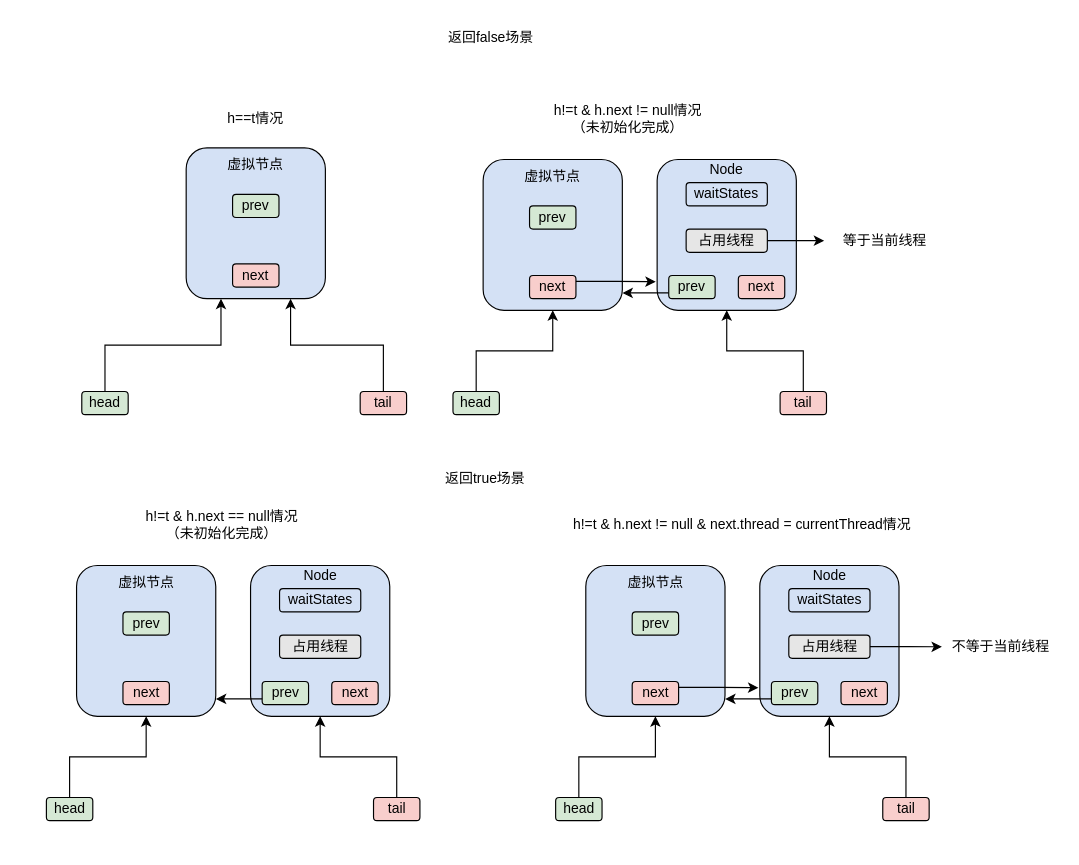
The draw.io diagram page "第 2 页" (2 of 4) of 卖场/reentrantlock.drawio in lxcy-kdz/draw, before the edit. Source tidied: cells renumbered, new cells numbered last; positions are measured from the earlier drawing's top-left corner, leaving out a move shared by most shapes. Both pictures are drawn from the tidied source at 116%, with x=0, y=0 at pixel (46, 20).
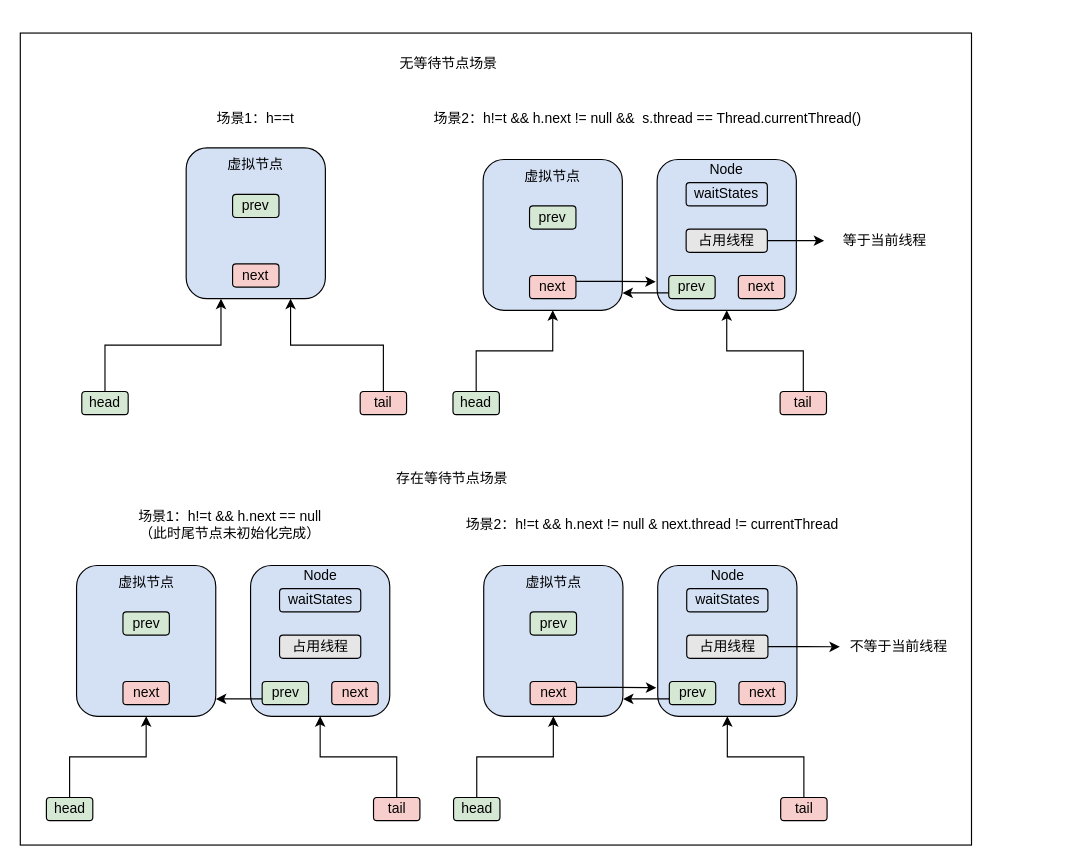
Above is the later version.

Diff of the diagram source:
```diff
@@
+    <mxCell id="67" style="rounded=0;whiteSpace=wrap;html=1;" parent="1" vertex="1">
+      <mxGeometry x="-23" y="11" width="820" height="700" as="geometry" />
+    </mxCell>
@@
-    <mxCell id="6" value="h==t情况" style="text;html=1;align=center;verticalAlign=middle;whiteSpace=wrap;rounded=0;" parent="1" vertex="1">
-      <mxGeometry x="150" y="70" width="60" height="30" as="geometry" />
+    <mxCell id="6" value="场景1：h==t" style="text;html=1;align=center;verticalAlign=middle;whiteSpace=wrap;rounded=0;" parent="1" vertex="1">
+      <mxGeometry x="130" y="70" width="100" height="30" as="geometry" />
     </mxCell>
@@
-    <mxCell id="22" value="h!=t &amp;amp; h.next == null情况&lt;div&gt;（未初始化完成）&lt;/div&gt;" style="text;html=1;align=center;verticalAlign=middle;whiteSpace=wrap;rounded=0;" parent="1" vertex="1">
-      <mxGeometry x="75.5" y="420" width="150" height="30" as="geometry" />
+    <mxCell id="22" value="场景1：h!=t &amp;amp;&amp;amp; h.next == null&lt;div&gt;（此时尾节点未初始化完成）&lt;/div&gt;" style="text;html=1;align=center;verticalAlign=middle;whiteSpace=wrap;rounded=0;" parent="1" vertex="1">
+      <mxGeometry x="50" y="420" width="215.5" height="30" as="geometry" />
     </mxCell>
@@
     <mxCell id="27" style="rounded=1;whiteSpace=wrap;html=1;fillColor=#D4E1F5;" parent="1" vertex="1">
-      <mxGeometry x="614.5" y="470" width="120" height="130" as="geometry" />
+      <mxGeometry x="526.5" y="470" width="120" height="130" as="geometry" />
     </mxCell>
     <mxCell id="28" value="waitStates" style="rounded=1;whiteSpace=wrap;html=1;fillColor=#D4E1F5;" parent="1" vertex="1">
-      <mxGeometry x="639.5" y="490" width="70" height="20" as="geometry" />
+      <mxGeometry x="551.5" y="490" width="70" height="20" as="geometry" />
     </mxCell>
     <mxCell id="29" style="edgeStyle=orthogonalEdgeStyle;rounded=0;jettySize=auto;html=1;exitX=1;exitY=0.5;exitDx=0;exitDy=0;" parent="1" edge="1" source="30">
       <mxGeometry relative="1" as="geometry">
-        <mxPoint x="771.5" y="540.1" as="targetPoint" />
+        <mxPoint x="683.5" y="540.1" as="targetPoint" />
       </mxGeometry>
     </mxCell>
     <mxCell id="30" value="占用线程" style="rounded=1;whiteSpace=wrap;html=1;fillColor=#E6E6E6;" parent="1" vertex="1">
-      <mxGeometry x="639.5" y="530" width="70" height="20" as="geometry" />
+      <mxGeometry x="551.5" y="530" width="70" height="20" as="geometry" />
     </mxCell>
     <mxCell id="31" value="prev" style="rounded=1;whiteSpace=wrap;html=1;fillColor=#D5E8D4;" parent="1" vertex="1">
-      <mxGeometry x="624.5" y="570" width="40" height="20" as="geometry" />
+      <mxGeometry x="536.5" y="570" width="40" height="20" as="geometry" />
     </mxCell>
     <mxCell id="32" value="next" style="rounded=1;whiteSpace=wrap;html=1;fillColor=#F8CECC;" parent="1" vertex="1">
-      <mxGeometry x="684.5" y="570" width="40" height="20" as="geometry" />
+      <mxGeometry x="596.5" y="570" width="40" height="20" as="geometry" />
     </mxCell>
     <mxCell id="33" style="rounded=1;whiteSpace=wrap;html=1;fillColor=#D4E1F5;" parent="1" vertex="1">
-      <mxGeometry x="464.5" y="470" width="120" height="130" as="geometry" />
+      <mxGeometry x="376.5" y="470" width="120" height="130" as="geometry" />
     </mxCell>
     <mxCell id="34" value="prev" style="rounded=1;whiteSpace=wrap;html=1;fillColor=#D5E8D4;" parent="1" vertex="1">
-      <mxGeometry x="504.5" y="510" width="40" height="20" as="geometry" />
+      <mxGeometry x="416.5" y="510" width="40" height="20" as="geometry" />
     </mxCell>
     <mxCell id="35" value="next" style="rounded=1;whiteSpace=wrap;html=1;fillColor=#F8CECC;" parent="1" vertex="1">
-      <mxGeometry x="504.5" y="570" width="40" height="20" as="geometry" />
+      <mxGeometry x="416.5" y="570" width="40" height="20" as="geometry" />
     </mxCell>
     <mxCell id="36" value="虚拟节点" style="text;html=1;align=center;verticalAlign=middle;whiteSpace=wrap;rounded=0;" parent="1" vertex="1">
-      <mxGeometry x="494.5" y="470" width="60" height="30" as="geometry" />
+      <mxGeometry x="406.5" y="470" width="60" height="30" as="geometry" />
     </mxCell>
     <mxCell id="37" value="Node" style="text;html=1;align=center;verticalAlign=middle;whiteSpace=wrap;rounded=0;" parent="1" vertex="1">
-      <mxGeometry x="644.5" y="464" width="60" height="30" as="geometry" />
+      <mxGeometry x="556.5" y="464" width="60" height="30" as="geometry" />
     </mxCell>
@@
-    <mxCell id="39" value="h!=t &amp;amp; h.next != null &amp;amp; next.thread = currentThread情况" style="text;html=1;align=center;verticalAlign=middle;whiteSpace=wrap;rounded=0;" parent="1" vertex="1">
-      <mxGeometry x="449.5" y="420" width="299" height="30" as="geometry" />
+    <mxCell id="39" value="场景2：h!=t &amp;amp;&amp;amp; h.next != null &amp;amp; next.thread != currentThread" style="text;html=1;align=center;verticalAlign=middle;whiteSpace=wrap;rounded=0;" parent="1" vertex="1">
+      <mxGeometry x="342" y="420" width="360" height="30" as="geometry" />
     </mxCell>
@@
     <mxCell id="41" value="head" style="rounded=1;whiteSpace=wrap;html=1;fillColor=#D5E8D4;" parent="1" vertex="1">
-      <mxGeometry x="438.5" y="670" width="40" height="20" as="geometry" />
+      <mxGeometry x="350.5" y="670" width="40" height="20" as="geometry" />
     </mxCell>
@@
     <mxCell id="43" value="tail" style="rounded=1;whiteSpace=wrap;html=1;fillColor=#F8CECC;" parent="1" vertex="1">
-      <mxGeometry x="720.5" y="670" width="40" height="20" as="geometry" />
+      <mxGeometry x="632.5" y="670" width="40" height="20" as="geometry" />
     </mxCell>
@@
     <mxCell id="45" value="不等于当前线程" style="text;html=1;align=center;verticalAlign=middle;whiteSpace=wrap;rounded=0;" parent="1" vertex="1">
-      <mxGeometry x="771.5" y="525" width="101" height="30" as="geometry" />
+      <mxGeometry x="683.5" y="525" width="101" height="30" as="geometry" />
     </mxCell>
@@
-    <mxCell id="58" value="h!=t &amp;amp; h.next != null情况&lt;div&gt;（未初始化完成）&lt;/div&gt;" style="text;html=1;align=center;verticalAlign=middle;whiteSpace=wrap;rounded=0;" parent="1" vertex="1">
-      <mxGeometry x="426" y="70" width="150" height="30" as="geometry" />
+    <mxCell id="58" value="场景2：h!=t &amp;amp;&amp;amp; h.next != null &amp;amp;&amp;amp; &amp;nbsp;s.thread == Thread.currentThread()" style="text;html=1;align=center;verticalAlign=middle;whiteSpace=wrap;rounded=0;" parent="1" vertex="1">
+      <mxGeometry x="310.5" y="70" width="414" height="30" as="geometry" />
     </mxCell>
@@
-    <mxCell id="64" value="返回false场景" style="text;html=1;align=center;verticalAlign=middle;whiteSpace=wrap;rounded=0;" parent="1" vertex="1">
-      <mxGeometry x="338" width="90" height="30" as="geometry" />
+    <mxCell id="64" value="无等待节点场景" style="text;html=1;align=center;verticalAlign=middle;whiteSpace=wrap;rounded=0;" parent="1" vertex="1">
+      <mxGeometry x="264.5" y="23" width="163" height="30" as="geometry" />
     </mxCell>
@@
-    <mxCell id="66" value="返回true场景" style="text;html=1;align=center;verticalAlign=middle;whiteSpace=wrap;rounded=0;" parent="1" vertex="1">
-      <mxGeometry x="338" y="380" width="80" height="30" as="geometry" />
+    <mxCell id="66" value="存在等待节点场景" style="text;html=1;align=center;verticalAlign=middle;whiteSpace=wrap;rounded=0;" parent="1" vertex="1">
+      <mxGeometry x="291" y="380" width="117" height="30" as="geometry" />
     </mxCell>
```
